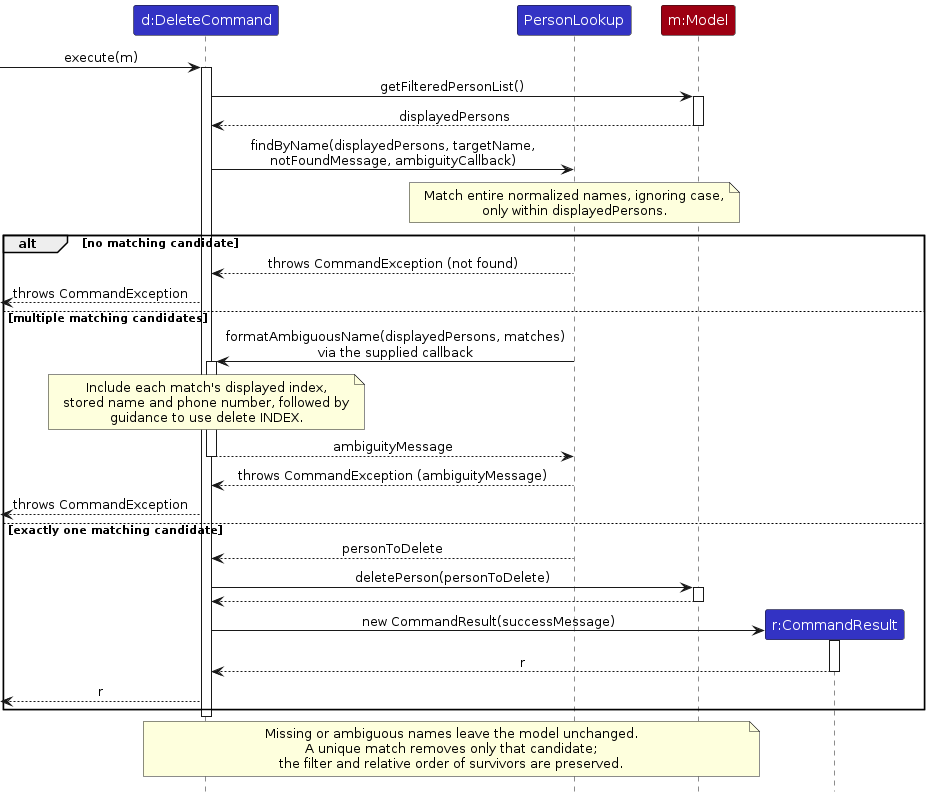
The PlantUML diagram diagrams/DeleteByNameSequenceDiagram.png in AY2627S1-CS2103T-T09-3/tp, before a commit. Its source is kept beside it as diagrams/DeleteByNameSequenceDiagram.puml.
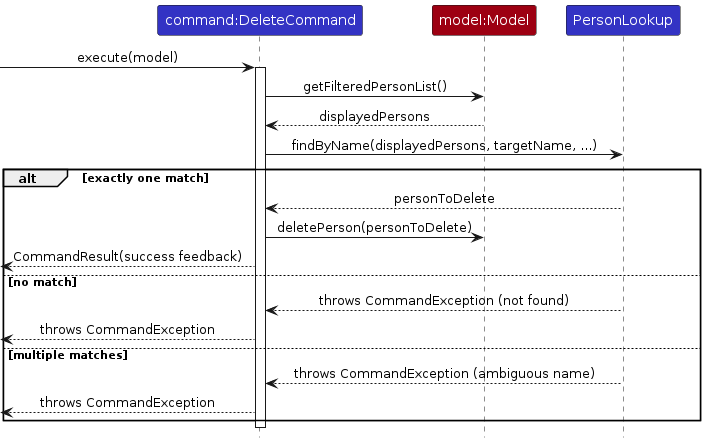
Later version of the same file.

What changed in the source:
```diff
@@ -3,58 +3,26 @@
 skinparam ArrowFontStyle plain
 skinparam ParticipantFontColor #FFFFFF
 
-participant "d:DeleteCommand" as DeleteCommand LOGIC_COLOR
+participant "command:DeleteCommand" as DeleteCommand LOGIC_COLOR
+participant "model:Model" as Model MODEL_COLOR
 participant "PersonLookup" as PersonLookup LOGIC_COLOR
-participant "m:Model" as Model MODEL_COLOR
-participant "r:CommandResult" as CommandResult LOGIC_COLOR
 
-[-> DeleteCommand : execute(m)
+[-> DeleteCommand : execute(model)
 activate DeleteCommand
 DeleteCommand -> Model : getFilteredPersonList()
-activate Model
 Model --> DeleteCommand : displayedPersons
-deactivate Model
+DeleteCommand -> PersonLookup : findByName(displayedPersons, targetName, ...)
 
-DeleteCommand -> PersonLookup : findByName(displayedPersons, targetName,\nnotFoundMessage, ambiguityCallback)
-note over PersonLookup
-Match entire normalized names, ignoring case,
-only within displayedPersons.
-end note
-
-alt no matching candidate
+alt exactly one match
+    PersonLookup --> DeleteCommand : personToDelete
+    DeleteCommand -> Model : deletePerson(personToDelete)
+    DeleteCommand -->[ : CommandResult(success feedback)
+else no match
     PersonLookup --> DeleteCommand : throws CommandException (not found)
     DeleteCommand -->[ : throws CommandException
-else multiple matching candidates
-    PersonLookup -> DeleteCommand : formatAmbiguousName(displayedPersons, matches)\nvia the supplied callback
-    activate DeleteCommand
-    note over DeleteCommand
-    Include each match's displayed index,
-    stored name and phone number, followed by
-    guidance to use delete INDEX.
-    end note
-    DeleteCommand --> PersonLookup : ambiguityMessage
-    deactivate DeleteCommand
-    PersonLookup --> DeleteCommand : throws CommandException (ambiguityMessage)
+else multiple matches
+    PersonLookup --> DeleteCommand : throws CommandException (ambiguous name)
     DeleteCommand -->[ : throws CommandException
-else exactly one matching candidate
-    PersonLookup --> DeleteCommand : personToDelete
-    DeleteCommand -> Model : deletePerson(personToDelete)
-    activate Model
-    Model --> DeleteCommand
-    deactivate Model
-
-    create CommandResult
-    DeleteCommand -> CommandResult : new CommandResult(successMessage)
-    activate CommandResult
-    CommandResult --> DeleteCommand : r
-    deactivate CommandResult
-    DeleteCommand -->[ : r
 end
 deactivate DeleteCommand
-
-note over DeleteCommand, Model
-Missing or ambiguous names leave the model unchanged.
-A unique match removes only that candidate;
-the filter and relative order of survivors are preserved.
-end note
 @enduml
```
